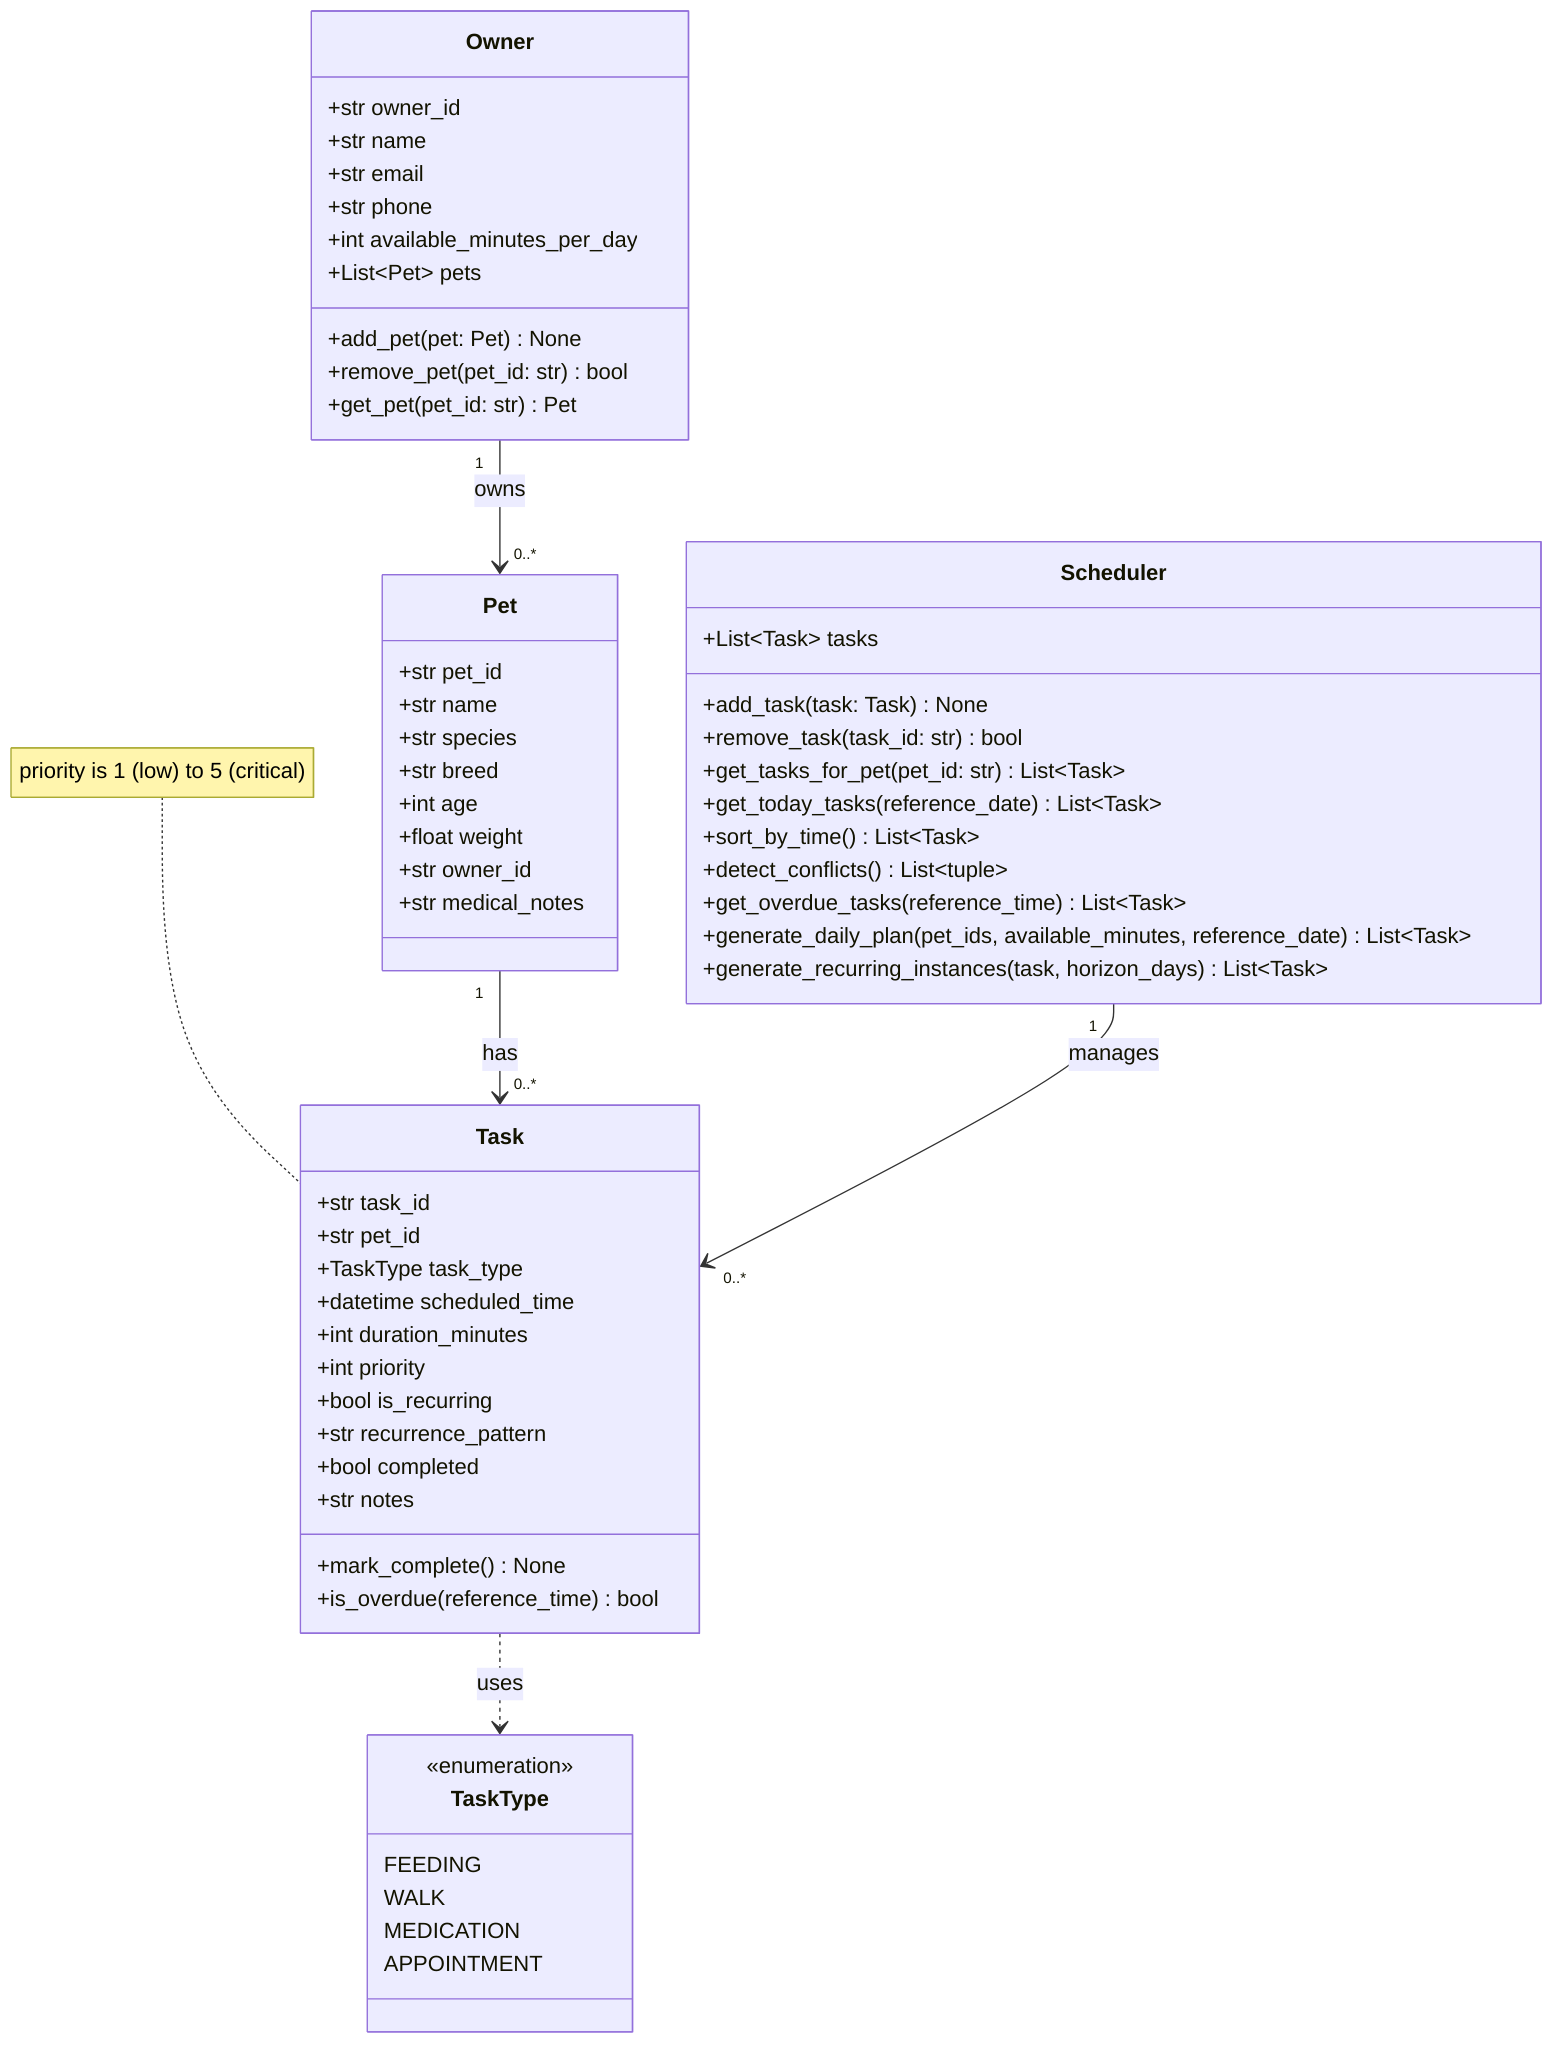
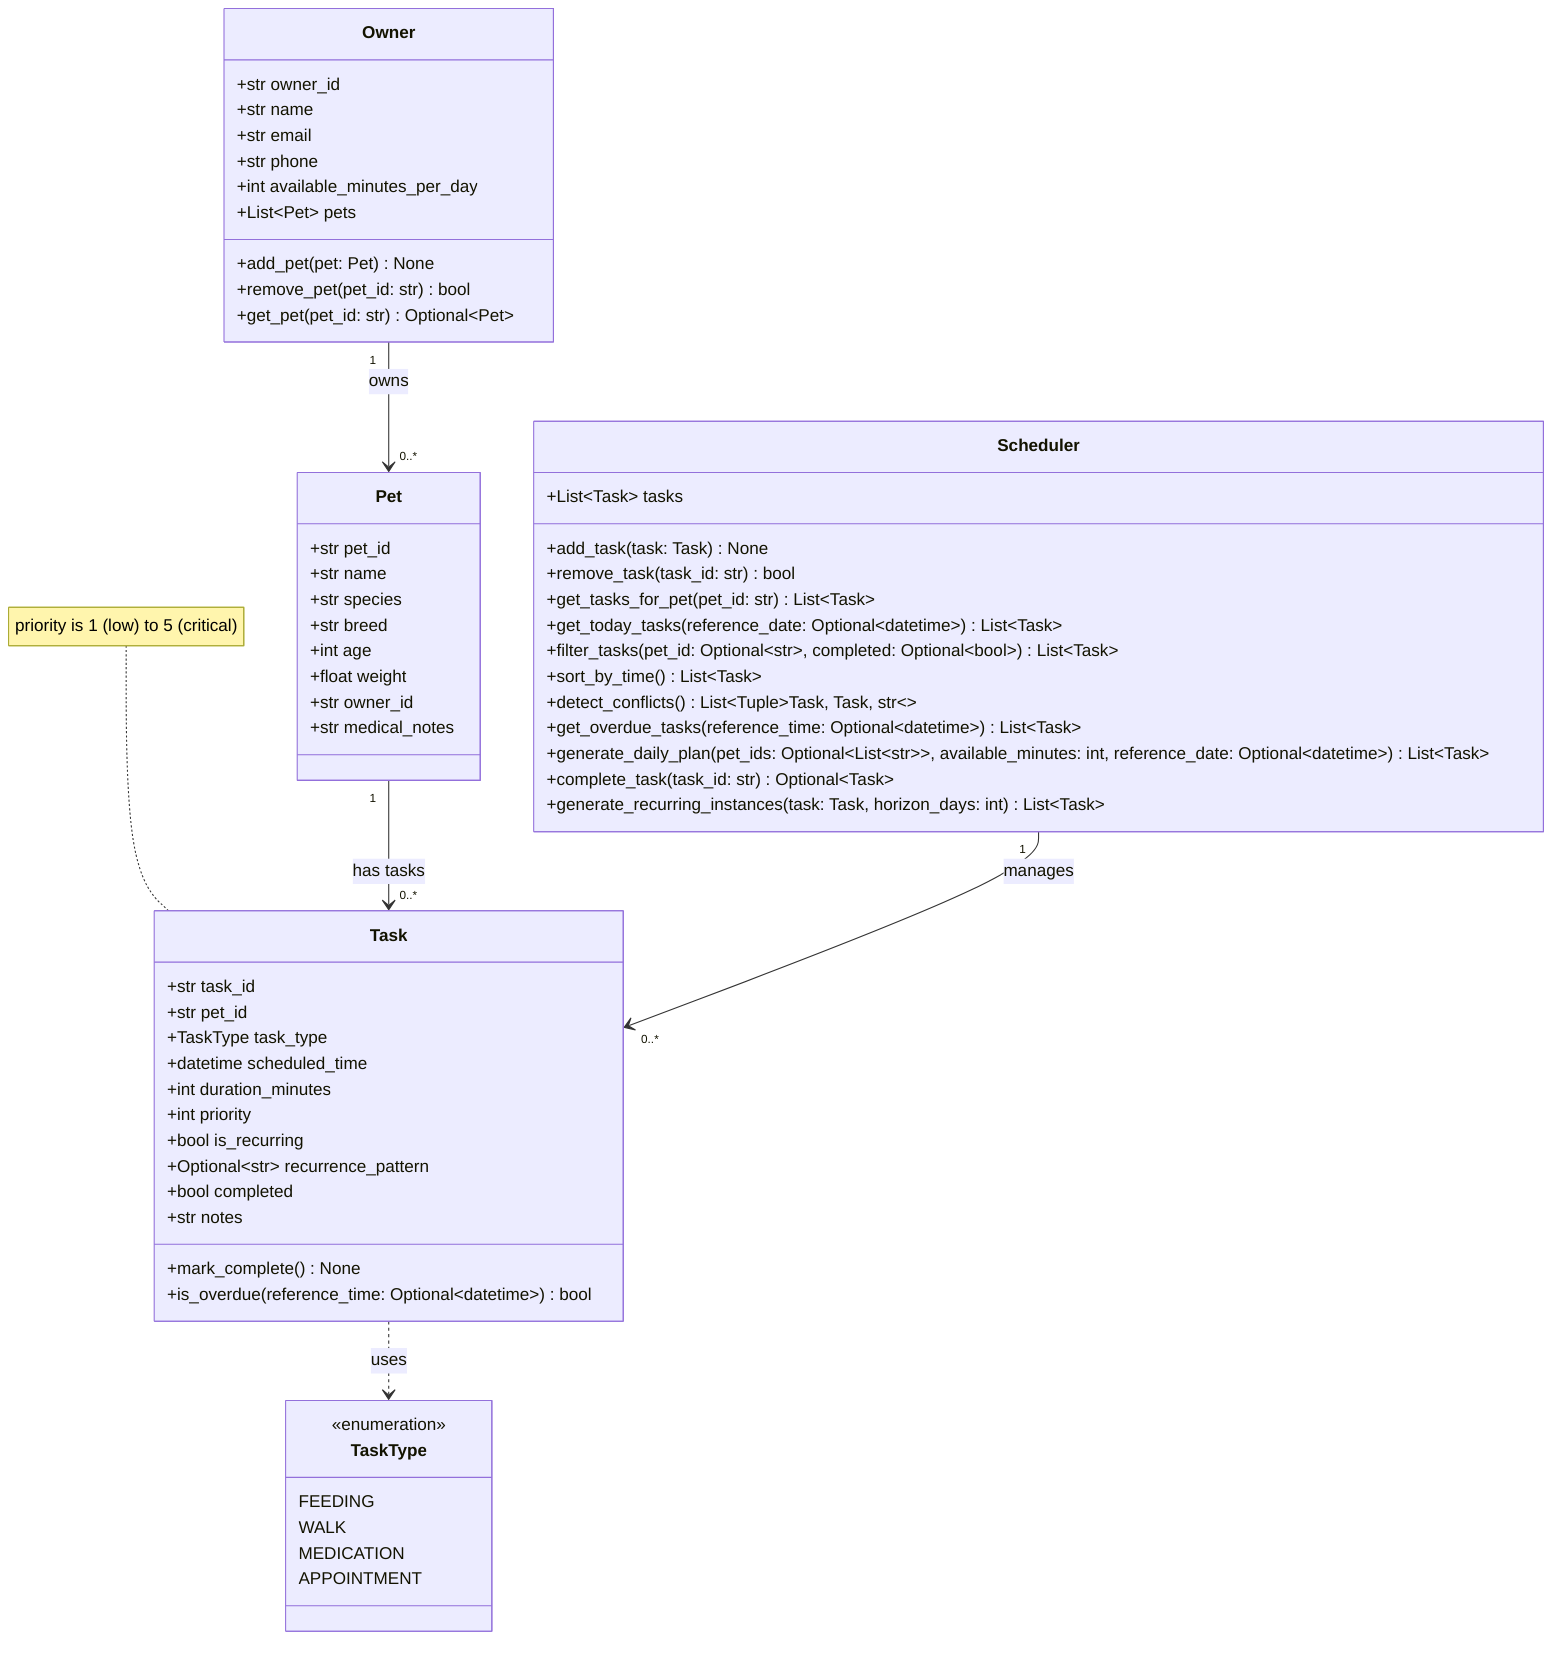
classDiagram
    class Owner {
        +str owner_id
        +str name
        +str email
        +str phone
        +int available_minutes_per_day
        +List~Pet~ pets
        +add_pet(pet: Pet) None
        +remove_pet(pet_id: str) bool
-         +get_pet(pet_id: str) Pet
+         +get_pet(pet_id: str) Optional~Pet~
    }

    class Pet {
        +str pet_id
        +str name
        +str species
        +str breed
        +int age
        +float weight
        +str owner_id
        +str medical_notes
    }

    class Task {
        +str task_id
        +str pet_id
        +TaskType task_type
        +datetime scheduled_time
        +int duration_minutes
        +int priority
        +bool is_recurring
-         +str recurrence_pattern
+         +Optional~str~ recurrence_pattern
        +bool completed
        +str notes
        +mark_complete() None
-         +is_overdue(reference_time) bool
+         +is_overdue(reference_time: Optional~datetime~) bool
    }
    note for Task "priority is 1 (low) to 5 (critical)"

    class TaskType {
        <<enumeration>>
        FEEDING
        WALK
        MEDICATION
        APPOINTMENT
    }

    class Scheduler {
        +List~Task~ tasks
        +add_task(task: Task) None
        +remove_task(task_id: str) bool
        +get_tasks_for_pet(pet_id: str) List~Task~
-         +get_today_tasks(reference_date) List~Task~
+         +get_today_tasks(reference_date: Optional~datetime~) List~Task~
+         +filter_tasks(pet_id: Optional~str~, completed: Optional~bool~) List~Task~
        +sort_by_time() List~Task~
-         +detect_conflicts() List~tuple~
-         +get_overdue_tasks(reference_time) List~Task~
-         +generate_daily_plan(pet_ids, available_minutes, reference_date) List~Task~
-         +generate_recurring_instances(task, horizon_days) List~Task~
+         +detect_conflicts() List~Tuple~Task, Task, str~~
+         +get_overdue_tasks(reference_time: Optional~datetime~) List~Task~
+         +generate_daily_plan(pet_ids: Optional~List~str~~, available_minutes: int, reference_date: Optional~datetime~) List~Task~
+         +complete_task(task_id: str) Optional~Task~
+         +generate_recurring_instances(task: Task, horizon_days: int) List~Task~
    }

    Owner "1" --> "0..*" Pet : owns
-     Pet "1" --> "0..*" Task : has
+     Pet "1" --> "0..*" Task : has tasks
    Scheduler "1" --> "0..*" Task : manages
    Task ..> TaskType : uses
